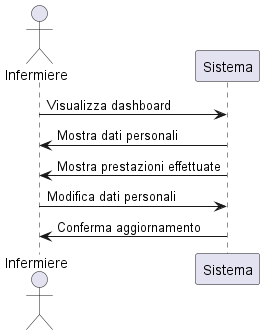
Taniyakaur/KMBhealthcenter keeps this PlantUML diagram as Latex/diagrammi_uml/infermiere.png. Above is the earlier version. Its diagram source:
```plantuml
@startuml
actor Infermiere
Infermiere -> Sistema : Visualizza dashboard
Sistema -> Infermiere : Mostra dati personali
Sistema -> Infermiere : Mostra prestazioni effettuate
Infermiere -> Sistema : Modifica dati personali
Sistema -> Infermiere : Conferma aggiornamento
@enduml
```
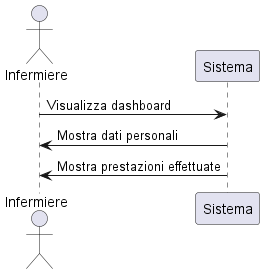
The same diagram one commit later.

The edit, as a diff of the source:
```diff
@@ -1,8 +1,8 @@
 @startuml
 actor Infermiere
+
 Infermiere -> Sistema : Visualizza dashboard
 Sistema -> Infermiere : Mostra dati personali
 Sistema -> Infermiere : Mostra prestazioni effettuate
-Infermiere -> Sistema : Modifica dati personali
-Sistema -> Infermiere : Conferma aggiornamento
+
 @enduml
```
